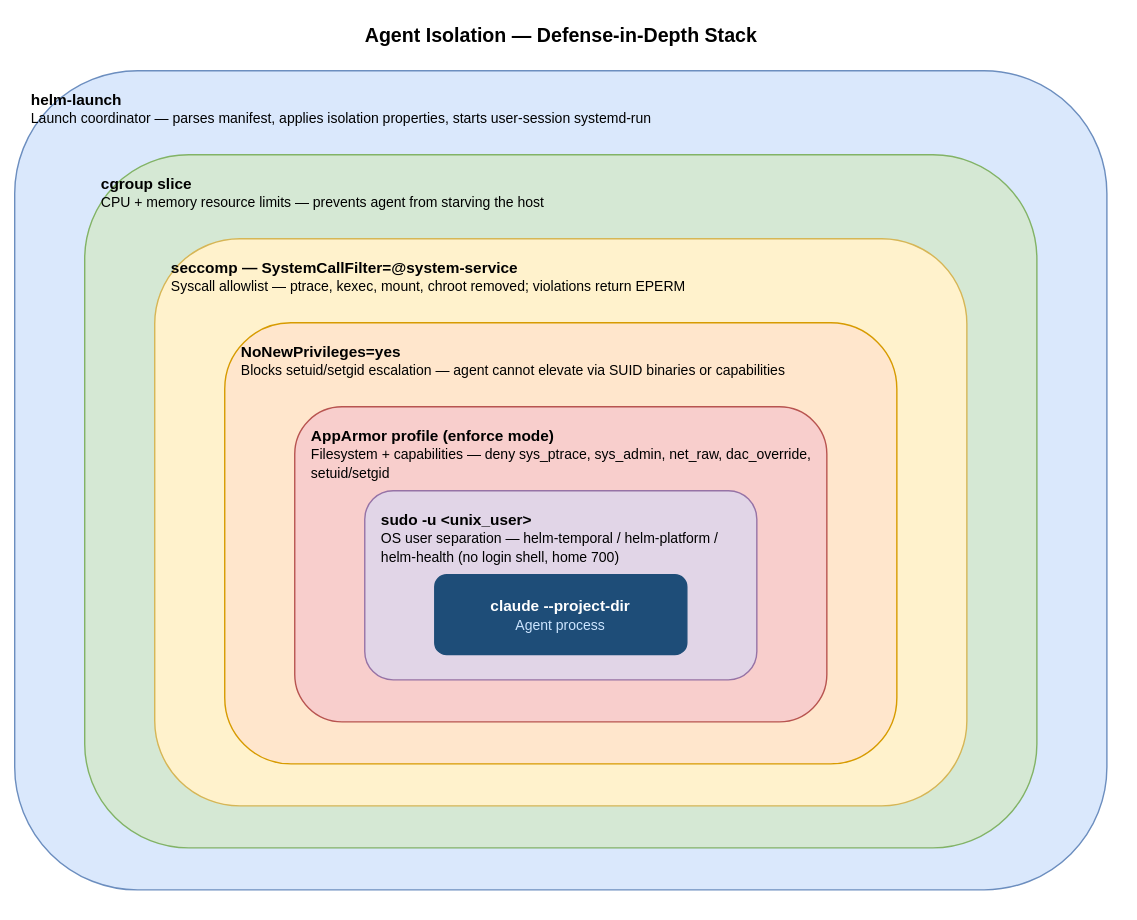
This is docs/diagrams/agent-isolation.drawio.svg from TadMSTR/homelab-agent, a draw.io export, as it was before one commit. Source tidied: cells renumbered, new cells last; positions are measured from the earlier drawing's top-left corner, leaving out a move shared by most shapes.
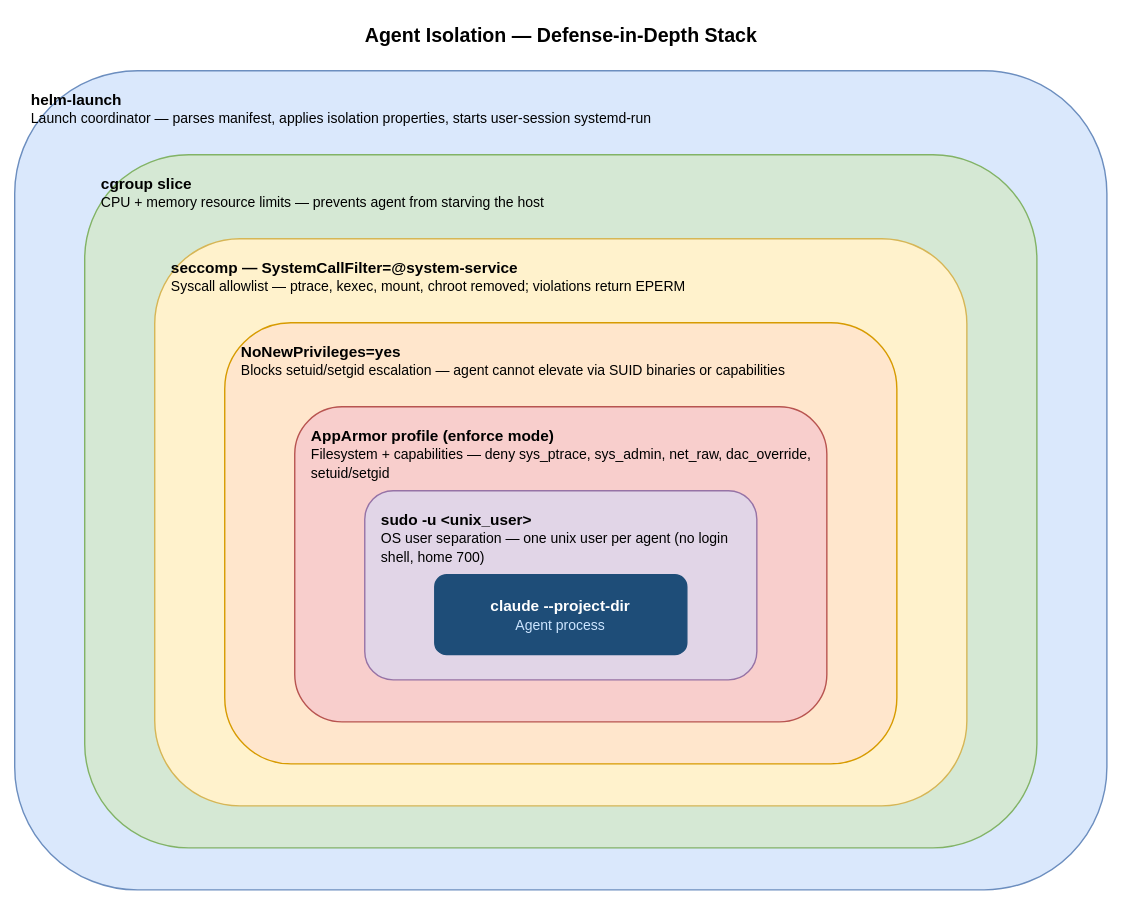
After the commit.

The edit, as a diff of the source:
```diff
@@ -20,7 +20,7 @@
     <mxCell id="7" value="&lt;b&gt;AppArmor profile (enforce mode)&lt;/b&gt;&lt;br&gt;&lt;font style=&quot;font-size:10px&quot;&gt;Filesystem + capabilities — deny sys_ptrace, sys_admin, net_raw, dac_override, setuid/setgid&lt;/font&gt;" style="rounded=1;whiteSpace=wrap;html=1;verticalAlign=top;align=left;spacingLeft=10;spacingTop=8;fillColor=#f8cecc;strokeColor=#b85450;fontSize=11;" parent="1" vertex="1">
       <mxGeometry x="200" y="280" width="380" height="225" as="geometry" />
     </mxCell>
-    <mxCell id="8" value="&lt;b&gt;sudo -u &amp;lt;unix_user&amp;gt;&lt;/b&gt;&lt;br&gt;&lt;font style=&quot;font-size:10px&quot;&gt;OS user separation — helm-temporal / helm-platform / helm-health (no login shell, home 700)&lt;/font&gt;" style="rounded=1;whiteSpace=wrap;html=1;verticalAlign=top;align=left;spacingLeft=10;spacingTop=8;fillColor=#e1d5e7;strokeColor=#9673a6;fontSize=11;" parent="1" vertex="1">
+    <mxCell id="8" value="&lt;b&gt;sudo -u &amp;lt;unix_user&amp;gt;&lt;/b&gt;&lt;br&gt;&lt;font style=&quot;font-size:10px&quot;&gt;OS user separation — one unix user per agent (no login shell, home 700)&lt;/font&gt;" style="rounded=1;whiteSpace=wrap;html=1;verticalAlign=top;align=left;spacingLeft=10;spacingTop=8;fillColor=#e1d5e7;strokeColor=#9673a6;fontSize=11;" parent="1" vertex="1">
       <mxGeometry x="250" y="340" width="280" height="135" as="geometry" />
     </mxCell>
     <mxCell id="9" value="&lt;b style=&quot;color:#ffffff&quot;&gt;claude --project-dir&lt;/b&gt;&lt;br&gt;&lt;font style=&quot;font-size:10px;color:#cce5ff&quot;&gt;Agent process&lt;/font&gt;" style="rounded=1;whiteSpace=wrap;html=1;verticalAlign=middle;align=center;fillColor=#1e4d78;strokeColor=#1e4d78;fontSize=11;fontColor=#ffffff;" parent="1" vertex="1">
```
